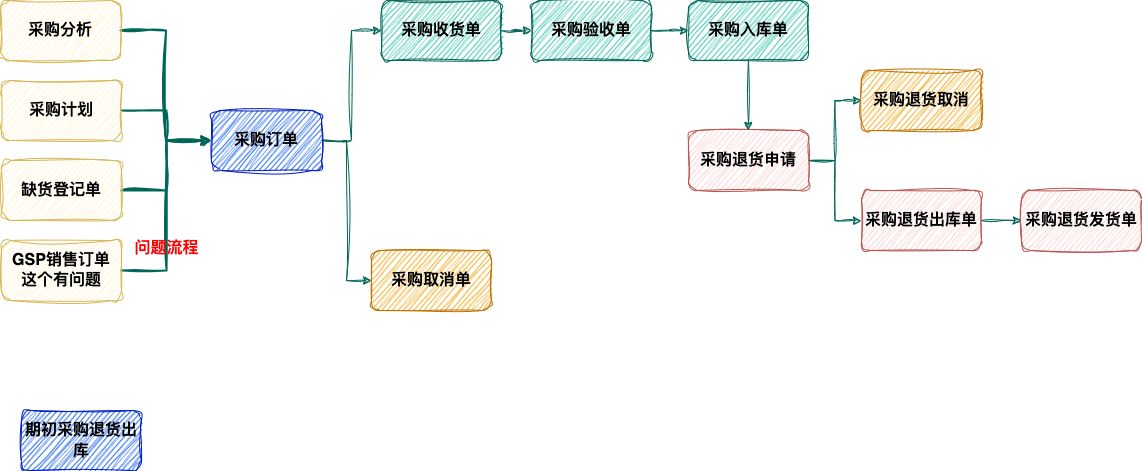
Before: images/项目/佳业/pur/pur_img.png, a diagram exported from draw.io (dbbruce/dbbruce.github.io). Source tidied: cells renumbered, new cells last; positions are measured from the earlier drawing's top-left corner, leaving out a move shared by most shapes.
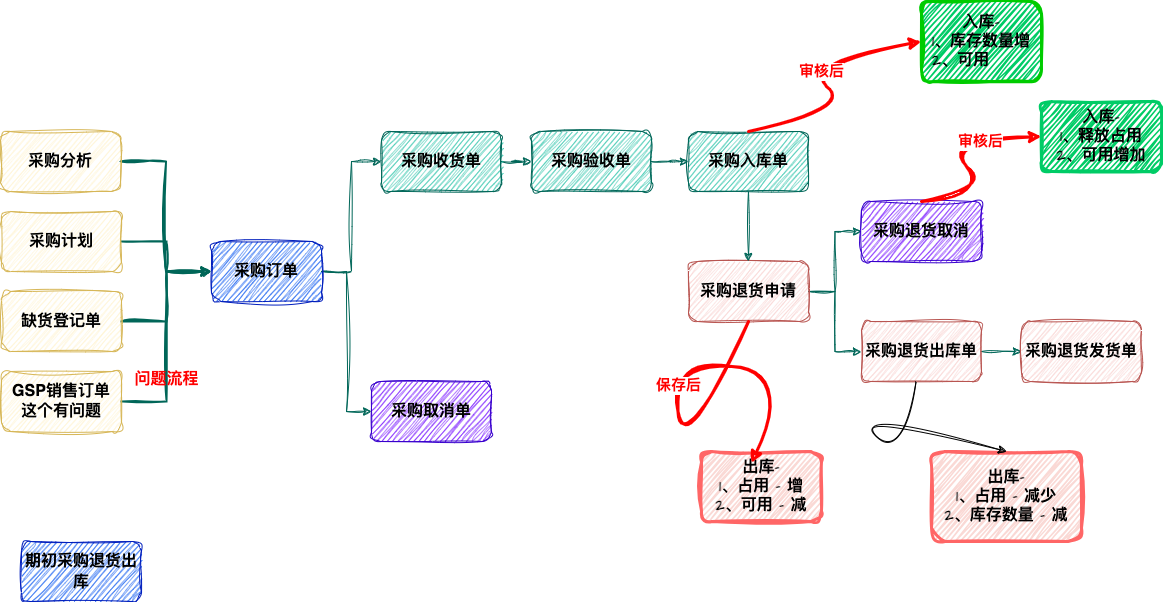
The same file after the commit.

Change to the diagram source:
```diff
@@ -40,7 +40,7 @@
     <mxCell id="13" value="GSP销售订单&lt;div style=&quot;font-size: 16px;&quot;&gt;这个有问题&lt;/div&gt;" style="rounded=1;whiteSpace=wrap;html=1;fillColor=#fff2cc;strokeColor=#d6b656;fontStyle=1;fontSize=16;labelBackgroundColor=none;sketch=1;curveFitting=1;jiggle=2;fontColor=#000000;verticalAlign=middle;" parent="1" vertex="1">
       <mxGeometry x="1" y="240" width="120" height="60" as="geometry" />
     </mxCell>
-    <mxCell id="14" value="&lt;span style=&quot;font-family: SourceHanSansCN-Regular, &amp;quot;Odoo Unicode Support Noto&amp;quot;, &amp;quot;Lucida Grande&amp;quot;, Helvetica, Verdana, Arial, sans-serif; font-size: 16px; text-align: left;&quot;&gt;采购取消单&lt;/span&gt;" style="rounded=1;whiteSpace=wrap;html=1;fontStyle=1;fontSize=16;labelBackgroundColor=none;fillColor=#f0a30a;strokeColor=#BD7000;sketch=1;curveFitting=1;jiggle=2;fontColor=#000000;verticalAlign=middle;" parent="1" vertex="1">
+    <mxCell id="14" value="&lt;span style=&quot;font-family: SourceHanSansCN-Regular, &amp;quot;Odoo Unicode Support Noto&amp;quot;, &amp;quot;Lucida Grande&amp;quot;, Helvetica, Verdana, Arial, sans-serif; font-size: 16px; text-align: left;&quot;&gt;采购取消单&lt;/span&gt;" style="rounded=1;whiteSpace=wrap;html=1;fontStyle=1;fontSize=16;labelBackgroundColor=none;fillColor=#6a00ff;strokeColor=#3700CC;sketch=1;curveFitting=1;jiggle=2;fontColor=#000000;verticalAlign=middle;" parent="1" vertex="1">
       <mxGeometry x="371" y="250" width="120" height="60" as="geometry" />
     </mxCell>
     <mxCell id="15" style="edgeStyle=orthogonalEdgeStyle;rounded=0;sketch=1;hachureGap=4;jiggle=2;curveFitting=1;jettySize=auto;html=1;strokeColor=#006658;fontFamily=Architects Daughter;fontSource=https%3A%2F%2Ffonts.googleapis.com%2Fcss%3Ffamily%3DArchitects%2BDaughter;fontColor=#000000;fillColor=#21C0A5;labelBackgroundColor=none;fontSize=16;verticalAlign=middle;fontStyle=1;" parent="1" edge="1" source="17" target="20">
@@ -58,7 +58,7 @@
     <mxCell id="19" value="&lt;span style=&quot;font-family: SourceHanSansCN-Regular, &amp;quot;Odoo Unicode Support Noto&amp;quot;, &amp;quot;Lucida Grande&amp;quot;, Helvetica, Verdana, Arial, sans-serif; font-size: 16px; text-align: left;&quot;&gt;采购入库单&lt;/span&gt;" style="rounded=1;whiteSpace=wrap;html=1;fontStyle=1;fontSize=16;fillColor=#21C0A5;strokeColor=#006658;labelBackgroundColor=none;fontColor=#000000;sketch=1;curveFitting=1;jiggle=2;verticalAlign=middle;" parent="1" vertex="1">
       <mxGeometry x="688" width="120" height="60" as="geometry" />
     </mxCell>
-    <mxCell id="20" value="&lt;span style=&quot;font-family: SourceHanSansCN-Regular, &amp;quot;Odoo Unicode Support Noto&amp;quot;, &amp;quot;Lucida Grande&amp;quot;, Helvetica, Verdana, Arial, sans-serif; font-size: 16px; text-align: left;&quot;&gt;采购退货取消&lt;/span&gt;" style="rounded=1;whiteSpace=wrap;html=1;labelBackgroundColor=none;fillColor=#f0a30a;strokeColor=#BD7000;sketch=1;curveFitting=1;jiggle=2;fontColor=#000000;fontSize=16;verticalAlign=middle;fontStyle=1;" parent="1" vertex="1">
+    <mxCell id="20" value="&lt;span style=&quot;font-family: SourceHanSansCN-Regular, &amp;quot;Odoo Unicode Support Noto&amp;quot;, &amp;quot;Lucida Grande&amp;quot;, Helvetica, Verdana, Arial, sans-serif; font-size: 16px; text-align: left;&quot;&gt;采购退货取消&lt;/span&gt;" style="rounded=1;whiteSpace=wrap;html=1;labelBackgroundColor=none;fillColor=#6a00ff;strokeColor=#3700CC;sketch=1;curveFitting=1;jiggle=2;fontColor=#000000;fontSize=16;verticalAlign=middle;fontStyle=1;" parent="1" vertex="1">
       <mxGeometry x="861" y="70" width="120" height="60" as="geometry" />
     </mxCell>
     <mxCell id="21" style="edgeStyle=orthogonalEdgeStyle;rounded=0;jettySize=auto;html=1;labelBackgroundColor=none;strokeColor=#006658;fontColor=#000000;sketch=1;curveFitting=1;jiggle=2;fontSize=16;verticalAlign=middle;fontStyle=1;" parent="1" edge="1" source="22" target="24">
@@ -85,5 +85,61 @@
     <mxCell id="28" value="&lt;span style=&quot;font-family: SourceHanSansCN-Regular, &amp;quot;Odoo Unicode Support Noto&amp;quot;, &amp;quot;Lucida Grande&amp;quot;, Helvetica, Verdana, Arial, sans-serif; font-size: 16px; font-style: normal; font-variant-ligatures: normal; font-variant-caps: normal; letter-spacing: normal; orphans: 2; text-align: left; text-indent: 0px; text-transform: none; widows: 2; word-spacing: 0px; -webkit-text-stroke-width: 0px; white-space: normal; text-decoration-thickness: initial; text-decoration-style: initial; text-decoration-color: initial; float: none; display: inline !important;&quot;&gt;采购退货发货单&lt;/span&gt;" style="rounded=1;whiteSpace=wrap;html=1;sketch=1;hachureGap=4;jiggle=2;curveFitting=1;strokeColor=#b85450;fontFamily=Architects Daughter;fontSource=https%3A%2F%2Ffonts.googleapis.com%2Fcss%3Ffamily%3DArchitects%2BDaughter;fillColor=#f8cecc;fontColor=#000000;labelBackgroundColor=none;fontSize=16;verticalAlign=middle;fontStyle=1;" parent="1" vertex="1">
       <mxGeometry x="1021" y="190" width="120" height="60" as="geometry" />
     </mxCell>
+    <mxCell id="29" value="入库-&lt;div style=&quot;text-align: left;&quot;&gt;1、库存数量增&lt;/div&gt;&lt;div style=&quot;text-align: left;&quot;&gt;2、可用&lt;/div&gt;" style="rounded=1;whiteSpace=wrap;html=1;sketch=1;hachureGap=4;jiggle=2;curveFitting=1;fontFamily=Architects Daughter;fontSource=https%3A%2F%2Ffonts.googleapis.com%2Fcss%3Ffamily%3DArchitects%2BDaughter;fillColor=#00CC66;strokeColor=#00CC00;fontColor=#000000;fontStyle=1;fontSize=16;textShadow=0;strokeWidth=3;align=center;" parent="1" vertex="1">
+      <mxGeometry x="921" y="-130" width="120" height="80" as="geometry" />
+    </mxCell>
+    <mxCell id="30" style="curved=1;endArrow=classic;html=1;rounded=0;sketch=1;hachureGap=4;jiggle=2;curveFitting=1;fontFamily=Architects Daughter;fontSource=https%3A%2F%2Ffonts.googleapis.com%2Fcss%3Ffamily%3DArchitects%2BDaughter;exitX=0.5;exitY=0;exitDx=0;exitDy=0;entryX=0;entryY=0.5;entryDx=0;entryDy=0;strokeColor=#FF0000;strokeWidth=3;" parent="1" edge="1" source="19" target="29">
+      <mxGeometry relative="1" as="geometry">
+        <Array as="points">
+          <mxPoint x="851" y="-20" />
+          <mxPoint x="801" y="-70" />
+        </Array>
+      </mxGeometry>
+    </mxCell>
+    <mxCell id="31" value="审核后" style="edgeLabel;html=1;align=center;verticalAlign=middle;sketch=1;hachureGap=4;jiggle=2;curveFitting=1;fontFamily=Architects Daughter;fontSource=https%3A%2F%2Ffonts.googleapis.com%2Fcss%3Ffamily%3DArchitects%2BDaughter;fontColor=#FF0000;fontStyle=1;fontSize=15;" parent="30" vertex="1">
+      <mxGeometry x="-0.28" y="12" relative="1" as="geometry">
+        <mxPoint x="-21" y="-48" as="offset" />
+      </mxGeometry>
+    </mxCell>
+    <mxCell id="32" value="出库-&lt;div&gt;1、占用 - 增&lt;/div&gt;&lt;div&gt;2、可用 - 减&lt;/div&gt;" style="rounded=1;whiteSpace=wrap;html=1;sketch=1;hachureGap=4;jiggle=2;curveFitting=1;fontFamily=Architects Daughter;fontSource=https%3A%2F%2Ffonts.googleapis.com%2Fcss%3Ffamily%3DArchitects%2BDaughter;fillColor=#fad9d5;strokeColor=#FF6666;fontStyle=1;fontSize=16;textShadow=0;strokeWidth=3;" parent="1" vertex="1">
+      <mxGeometry x="701" y="320" width="120" height="70" as="geometry" />
+    </mxCell>
+    <mxCell id="33" style="curved=1;endArrow=classic;html=1;rounded=0;sketch=1;hachureGap=4;jiggle=2;curveFitting=1;fontFamily=Architects Daughter;fontSource=https%3A%2F%2Ffonts.googleapis.com%2Fcss%3Ffamily%3DArchitects%2BDaughter;exitX=0.5;exitY=1;exitDx=0;exitDy=0;strokeColor=#FF0000;strokeWidth=3;entryX=0.417;entryY=0.167;entryDx=0;entryDy=0;entryPerimeter=0;fillColor=#b1ddf0;" parent="1" edge="1" source="17" target="32">
+      <mxGeometry relative="1" as="geometry">
+        <Array as="points">
+          <mxPoint x="684" y="330" />
+          <mxPoint x="671" y="230" />
+          <mxPoint x="791" y="240" />
+        </Array>
+      </mxGeometry>
+    </mxCell>
+    <mxCell id="34" value="&lt;font style=&quot;font-size: 15px;&quot;&gt;保存后&lt;/font&gt;" style="edgeLabel;html=1;align=center;verticalAlign=middle;sketch=1;hachureGap=4;jiggle=2;curveFitting=1;fontFamily=Architects Daughter;fontSource=https%3A%2F%2Ffonts.googleapis.com%2Fcss%3Ffamily%3DArchitects%2BDaughter;fontStyle=1;fontColor=#FF0000;fontSize=15;" parent="33" vertex="1">
+      <mxGeometry x="-0.03" y="-3" relative="1" as="geometry" />
+    </mxCell>
+    <mxCell id="35" value="入库-&lt;div&gt;1、释放占用&lt;/div&gt;&lt;div&gt;2、可用增加&lt;/div&gt;" style="rounded=1;whiteSpace=wrap;html=1;sketch=1;hachureGap=4;jiggle=2;curveFitting=1;fontFamily=Architects Daughter;fontSource=https%3A%2F%2Ffonts.googleapis.com%2Fcss%3Ffamily%3DArchitects%2BDaughter;fillColor=#00CC66;strokeColor=#00CC66;fontStyle=1;fontSize=16;textShadow=0;strokeWidth=3;align=center;" parent="1" vertex="1">
+      <mxGeometry x="1041" y="-30" width="120" height="70" as="geometry" />
+    </mxCell>
+    <mxCell id="36" style="curved=1;endArrow=classic;html=1;rounded=0;sketch=1;hachureGap=4;jiggle=2;curveFitting=1;fontFamily=Architects Daughter;fontSource=https%3A%2F%2Ffonts.googleapis.com%2Fcss%3Ffamily%3DArchitects%2BDaughter;exitX=0.5;exitY=0;exitDx=0;exitDy=0;strokeColor=#FF0000;strokeWidth=3;entryX=0;entryY=0.5;entryDx=0;entryDy=0;" parent="1" edge="1" source="20" target="35">
+      <mxGeometry relative="1" as="geometry">
+        <Array as="points">
+          <mxPoint x="991" y="60" />
+          <mxPoint x="941" y="10" />
+        </Array>
+      </mxGeometry>
+    </mxCell>
+    <mxCell id="37" value="&lt;b&gt;&lt;font style=&quot;font-size: 15px;&quot; color=&quot;#ff0000&quot;&gt;审核后&lt;/font&gt;&lt;/b&gt;" style="edgeLabel;html=1;align=center;verticalAlign=middle;sketch=1;hachureGap=4;jiggle=2;curveFitting=1;fontFamily=Architects Daughter;fontSource=https%3A%2F%2Ffonts.googleapis.com%2Fcss%3Ffamily%3DArchitects%2BDaughter;" parent="36" vertex="1">
+      <mxGeometry x="0.49" y="-1" relative="1" as="geometry" />
+    </mxCell>
+    <mxCell id="38" value="出库-&lt;div&gt;1、占用 - 减少&lt;/div&gt;&lt;div&gt;2、库存数量 - 减&lt;/div&gt;" style="rounded=1;whiteSpace=wrap;html=1;sketch=1;hachureGap=4;jiggle=2;curveFitting=1;fontFamily=Architects Daughter;fontSource=https%3A%2F%2Ffonts.googleapis.com%2Fcss%3Ffamily%3DArchitects%2BDaughter;fillColor=#fad9d5;strokeColor=#FF6666;fontStyle=1;fontSize=16;textShadow=0;strokeWidth=3;" parent="1" vertex="1">
+      <mxGeometry x="931" y="320" width="150" height="90" as="geometry" />
+    </mxCell>
+    <mxCell id="39" style="curved=1;endArrow=classic;html=1;rounded=0;sketch=1;hachureGap=4;jiggle=2;curveFitting=1;fontFamily=Architects Daughter;fontSource=https%3A%2F%2Ffonts.googleapis.com%2Fcss%3Ffamily%3DArchitects%2BDaughter;entryX=0.5;entryY=0;entryDx=0;entryDy=0;" parent="1" edge="1" source="26" target="38">
+      <mxGeometry relative="1" as="geometry">
+        <Array as="points">
+          <mxPoint x="901" y="330" />
+          <mxPoint x="851" y="280" />
+        </Array>
+      </mxGeometry>
+    </mxCell>
   </root>
 </mxGraphModel>
```
